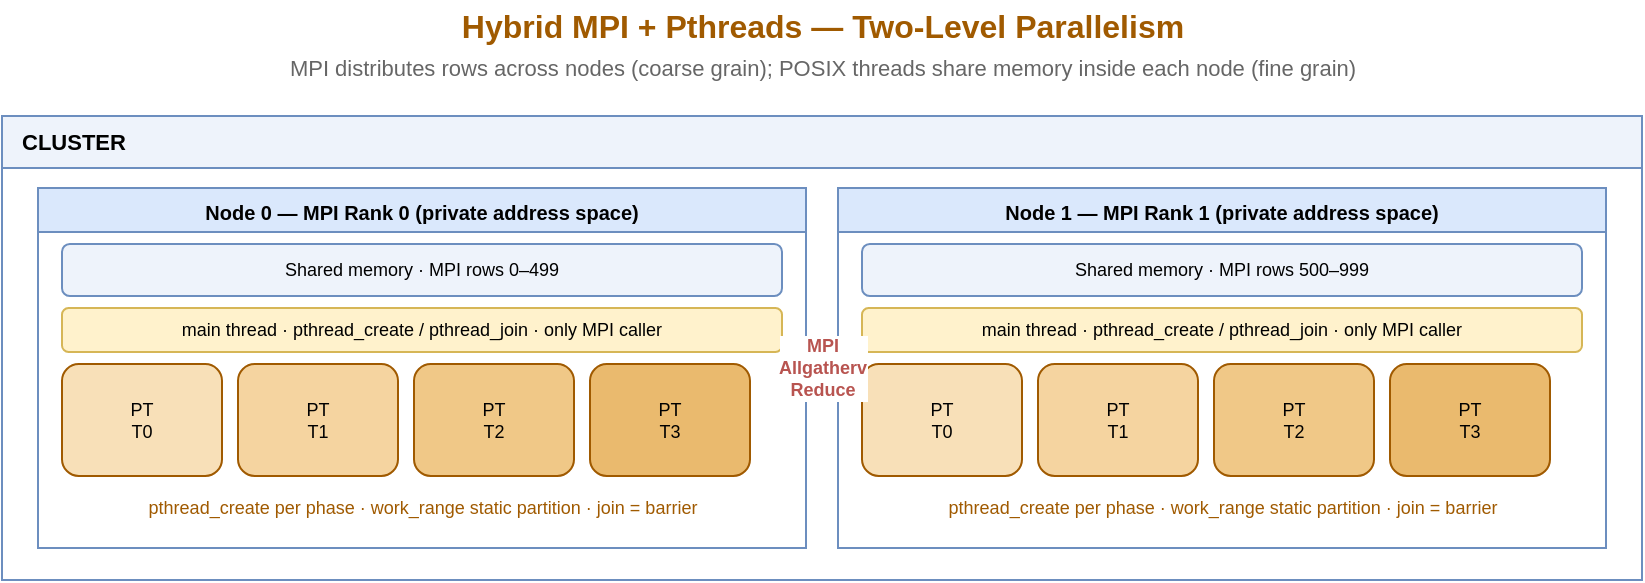
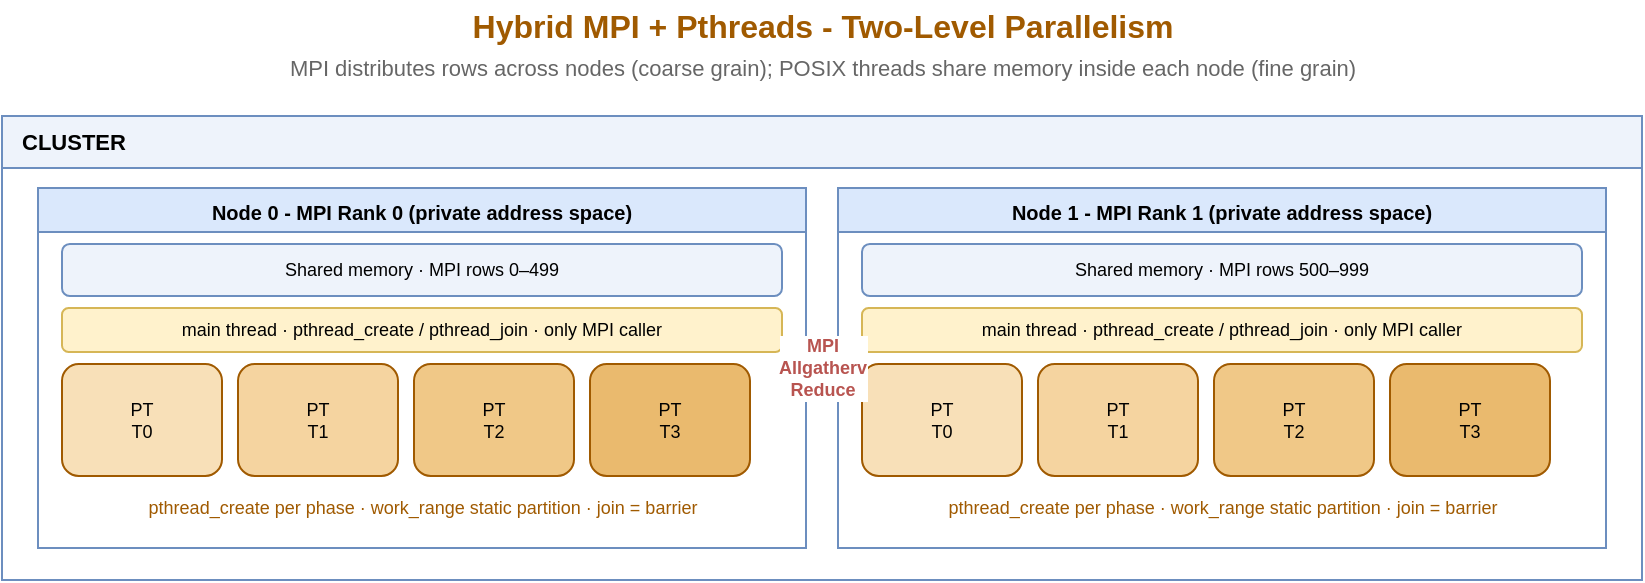
<mxfile host="65bd71144e">
    <diagram id="page7" name="7. Hybrid MPI+Pthreads">
        <mxGraphModel dx="702" dy="172" grid="1" gridSize="10" guides="1" tooltips="1" connect="1" arrows="1" fold="1" page="1" pageScale="1" pageWidth="900" pageHeight="620" math="0" shadow="0">
            <root>
                <mxCell id="0"/>
                <mxCell id="1" parent="0"/>
-                 <mxCell id="ttl" value="Hybrid MPI + Pthreads — Two-Level Parallelism" style="text;html=1;align=center;verticalAlign=middle;fontStyle=1;fontSize=16;fontColor=#a05a00;" parent="1" vertex="1">
+                 <mxCell id="ttl" value="Hybrid MPI + Pthreads - Two-Level Parallelism" style="text;html=1;align=center;verticalAlign=middle;fontStyle=1;fontSize=16;fontColor=#a05a00;" parent="1" vertex="1">
                    <mxGeometry x="150" y="16" width="600" height="26" as="geometry"/>
                </mxCell>
                <mxCell id="sub" value="MPI distributes rows across nodes (coarse grain); POSIX threads share memory inside each node (fine grain)" style="text;html=1;align=center;verticalAlign=middle;fontSize=11;fontColor=#666666;" parent="1" vertex="1">
                    <mxGeometry x="120" y="40" width="660" height="20" as="geometry"/>
                </mxCell>
                <mxCell id="cl" value="CLUSTER" style="swimlane;startSize=26;whiteSpace=wrap;html=1;fillColor=#eef3fb;strokeColor=#6c8ebf;fontSize=11;fontStyle=1;verticalAlign=top;align=left;spacingLeft=8;" parent="1" vertex="1">
                    <mxGeometry x="40" y="74" width="820" height="232" as="geometry"/>
                </mxCell>
-                 <mxCell id="n0" value="Node 0  —  MPI Rank 0  (private address space)" style="swimlane;startSize=22;whiteSpace=wrap;html=1;fillColor=#dae8fc;strokeColor=#6c8ebf;fontSize=10;fontStyle=1;verticalAlign=top;align=center;" parent="cl" vertex="1">
+                 <mxCell id="n0" value="Node 0 - MPI Rank 0  (private address space)" style="swimlane;startSize=22;whiteSpace=wrap;html=1;fillColor=#dae8fc;strokeColor=#6c8ebf;fontSize=10;fontStyle=1;verticalAlign=top;align=center;" parent="cl" vertex="1">
                    <mxGeometry x="18" y="36" width="384" height="180" as="geometry"/>
                </mxCell>
                <mxCell id="n0m" value="Shared memory · MPI rows 0–499" style="rounded=1;whiteSpace=wrap;html=1;fillColor=#eef3fb;strokeColor=#6c8ebf;fontSize=9;verticalAlign=middle;" parent="n0" vertex="1">
                    <mxGeometry x="12" y="28" width="360" height="26" as="geometry"/>
                </mxCell>
                <mxCell id="n0main" value="main thread · pthread_create / pthread_join · only MPI caller" style="rounded=1;whiteSpace=wrap;html=1;fillColor=#fff2cc;strokeColor=#d6b656;fontSize=9;verticalAlign=middle;" parent="n0" vertex="1">
                    <mxGeometry x="12" y="60" width="360" height="22" as="geometry"/>
                </mxCell>
                <mxCell id="n0t0" value="PT&#xa;T0" style="rounded=1;whiteSpace=wrap;html=1;fillColor=#f8e0b8;strokeColor=#a05a00;fontSize=9;verticalAlign=middle;" parent="n0" vertex="1">
                    <mxGeometry x="12" y="88" width="80" height="56" as="geometry"/>
                </mxCell>
                <mxCell id="n0t1" value="PT&#xa;T1" style="rounded=1;whiteSpace=wrap;html=1;fillColor=#f5d4a0;strokeColor=#a05a00;fontSize=9;verticalAlign=middle;" parent="n0" vertex="1">
                    <mxGeometry x="100" y="88" width="80" height="56" as="geometry"/>
                </mxCell>
                <mxCell id="n0t2" value="PT&#xa;T2" style="rounded=1;whiteSpace=wrap;html=1;fillColor=#f0c887;strokeColor=#a05a00;fontSize=9;verticalAlign=middle;" parent="n0" vertex="1">
                    <mxGeometry x="188" y="88" width="80" height="56" as="geometry"/>
                </mxCell>
                <mxCell id="n0t3" value="PT&#xa;T3" style="rounded=1;whiteSpace=wrap;html=1;fillColor=#eaba6e;strokeColor=#a05a00;fontSize=9;verticalAlign=middle;" parent="n0" vertex="1">
                    <mxGeometry x="276" y="88" width="80" height="56" as="geometry"/>
                </mxCell>
                <mxCell id="n0lbl" value="pthread_create per phase · work_range static partition · join = barrier" style="text;html=1;align=center;fontSize=9;fontColor=#a05a00;" parent="n0" vertex="1">
                    <mxGeometry x="12" y="148" width="360" height="24" as="geometry"/>
                </mxCell>
-                 <mxCell id="n1" value="Node 1  —  MPI Rank 1  (private address space)" style="swimlane;startSize=22;whiteSpace=wrap;html=1;fillColor=#dae8fc;strokeColor=#6c8ebf;fontSize=10;fontStyle=1;verticalAlign=top;align=center;" parent="cl" vertex="1">
+                 <mxCell id="n1" value="Node 1 - MPI Rank 1  (private address space)" style="swimlane;startSize=22;whiteSpace=wrap;html=1;fillColor=#dae8fc;strokeColor=#6c8ebf;fontSize=10;fontStyle=1;verticalAlign=top;align=center;" parent="cl" vertex="1">
                    <mxGeometry x="418" y="36" width="384" height="180" as="geometry"/>
                </mxCell>
                <mxCell id="n1m" value="Shared memory · MPI rows 500–999" style="rounded=1;whiteSpace=wrap;html=1;fillColor=#eef3fb;strokeColor=#6c8ebf;fontSize=9;verticalAlign=middle;" parent="n1" vertex="1">
                    <mxGeometry x="12" y="28" width="360" height="26" as="geometry"/>
                </mxCell>
                <mxCell id="n1main" value="main thread · pthread_create / pthread_join · only MPI caller" style="rounded=1;whiteSpace=wrap;html=1;fillColor=#fff2cc;strokeColor=#d6b656;fontSize=9;verticalAlign=middle;" parent="n1" vertex="1">
                    <mxGeometry x="12" y="60" width="360" height="22" as="geometry"/>
                </mxCell>
                <mxCell id="n1t0" value="PT&#xa;T0" style="rounded=1;whiteSpace=wrap;html=1;fillColor=#f8e0b8;strokeColor=#a05a00;fontSize=9;verticalAlign=middle;" parent="n1" vertex="1">
                    <mxGeometry x="12" y="88" width="80" height="56" as="geometry"/>
                </mxCell>
                <mxCell id="n1t1" value="PT&#xa;T1" style="rounded=1;whiteSpace=wrap;html=1;fillColor=#f5d4a0;strokeColor=#a05a00;fontSize=9;verticalAlign=middle;" parent="n1" vertex="1">
                    <mxGeometry x="100" y="88" width="80" height="56" as="geometry"/>
                </mxCell>
                <mxCell id="n1t2" value="PT&#xa;T2" style="rounded=1;whiteSpace=wrap;html=1;fillColor=#f0c887;strokeColor=#a05a00;fontSize=9;verticalAlign=middle;" parent="n1" vertex="1">
                    <mxGeometry x="188" y="88" width="80" height="56" as="geometry"/>
                </mxCell>
                <mxCell id="n1t3" value="PT&#xa;T3" style="rounded=1;whiteSpace=wrap;html=1;fillColor=#eaba6e;strokeColor=#a05a00;fontSize=9;verticalAlign=middle;" parent="n1" vertex="1">
                    <mxGeometry x="276" y="88" width="80" height="56" as="geometry"/>
                </mxCell>
                <mxCell id="n1lbl" value="pthread_create per phase · work_range static partition · join = barrier" style="text;html=1;align=center;fontSize=9;fontColor=#a05a00;" parent="n1" vertex="1">
                    <mxGeometry x="12" y="148" width="360" height="24" as="geometry"/>
                </mxCell>
                <mxCell id="mpilink" value="MPI&#xa;Allgatherv&#xa;Reduce" style="edgeStyle=orthogonalEdgeStyle;rounded=0;html=1;startArrow=block;startFill=1;endArrow=block;endFill=1;strokeWidth=2.5;strokeColor=#b85450;fontSize=9;fontColor=#b85450;fontStyle=1;" parent="cl" source="n0" target="n1" edge="1">
                    <mxGeometry relative="1" as="geometry"/>
                </mxCell>
            </root>
        </mxGraphModel>
    </diagram>
</mxfile>